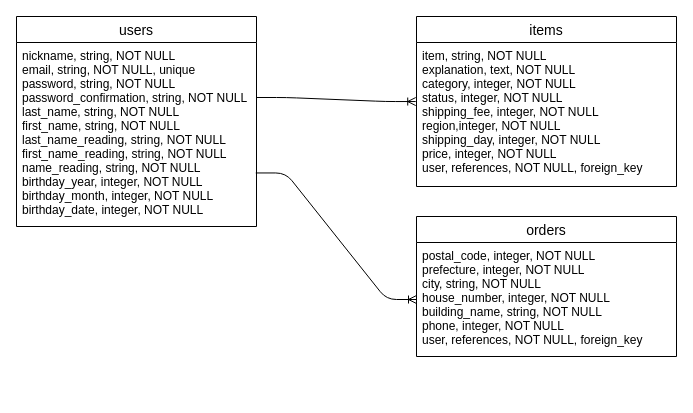
Above: furima.dio in Katy-May10/furima-41600 (draw.io), before the change. Source tidied: cells renumbered, new cells numbered last; positions are measured from the earlier drawing's top-left corner, leaving out a move shared by most shapes. Both pictures are drawn from the tidied source at 100%, with x=0, y=0 at pixel (16, 16).
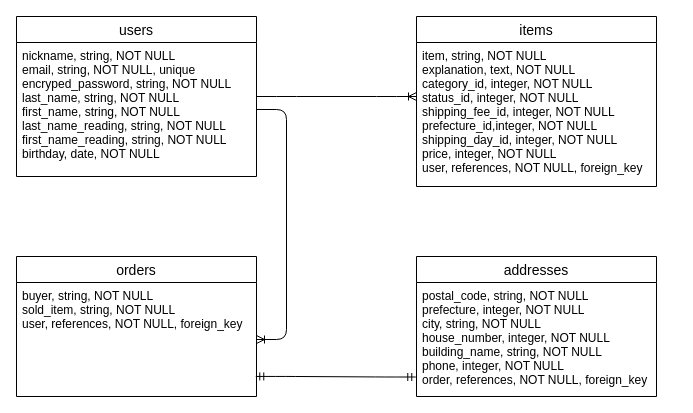
The same page after the edit.

Commit message (it also covers changes not shown here):
Issue3 修正①

The edit, as a diff of the source:
```diff
@@
 <mxGraphModel>
   <root>
     <mxCell id="0" />
     <mxCell id="1" parent="0" />
     <mxCell id="2" value="users" style="swimlane;fontStyle=0;horizontal=1;startSize=26;align=center;fontSize=14;" parent="1" vertex="1">
-      <mxGeometry width="240" height="210" as="geometry" />
+      <mxGeometry width="240" height="160" as="geometry" />
     </mxCell>
-    <mxCell id="3" value="nickname, string, NOT NULL&#10;email, string, NOT NULL, unique&#10;password, string, NOT NULL&#10;password_confirmation, string, NOT NULL&#10;last_name, string, NOT NULL&#10;first_name, string, NOT NULL&#10;last_name_reading, string, NOT NULL&#10;first_name_reading, string, NOT NULL&#10;name_reading, string, NOT NULL&#10;birthday_year, integer, NOT NULL&#10;birthday_month, integer, NOT NULL&#10;birthday_date, integer, NOT NULL" style="text;strokeColor=none;fillColor=none;spacingLeft=4;spacingRight=4;overflow=hidden;points=[[0,0.5],[1,0.5]];portConstraint=eastwest;fontSize=12;" parent="2" vertex="1">
-      <mxGeometry y="26" width="240" height="184" as="geometry" />
+    <mxCell id="3" value="nickname, string, NOT NULL&#10;email, string, NOT NULL, unique&#10;encryped_password, string, NOT NULL&#10;last_name, string, NOT NULL&#10;first_name, string, NOT NULL&#10;last_name_reading, string, NOT NULL&#10;first_name_reading, string, NOT NULL&#10;birthday, date, NOT NULL" style="text;strokeColor=none;fillColor=none;spacingLeft=4;spacingRight=4;overflow=hidden;points=[[0,0.5],[1,0.5]];portConstraint=eastwest;fontSize=12;" parent="2" vertex="1">
+      <mxGeometry y="26" width="240" height="134" as="geometry" />
     </mxCell>
     <mxCell id="4" value="items" style="swimlane;fontStyle=0;horizontal=1;startSize=26;align=center;fontSize=14;" parent="1" vertex="1">
-      <mxGeometry x="400" width="260" height="170" as="geometry" />
+      <mxGeometry x="400" width="240" height="170" as="geometry" />
     </mxCell>
-    <mxCell id="5" value="item, string, NOT NULL&#10;explanation, text, NOT NULL&#10;category, integer, NOT NULL&#10;status, integer, NOT NULL&#10;shipping_fee, integer, NOT NULL&#10;region,integer, NOT NULL&#10;shipping_day, integer, NOT NULL&#10;price, integer, NOT NULL&#10;user, references, NOT NULL, foreign_key" style="text;strokeColor=none;fillColor=none;spacingLeft=4;spacingRight=4;overflow=hidden;points=[[0,0.5],[1,0.5]];portConstraint=eastwest;fontSize=12;" parent="4" vertex="1">
-      <mxGeometry y="26" width="260" height="144" as="geometry" />
+    <mxCell id="5" value="item, string, NOT NULL&#10;explanation, text, NOT NULL&#10;category_id, integer, NOT NULL&#10;status_id, integer, NOT NULL&#10;shipping_fee_id, integer, NOT NULL&#10;prefecture_id,integer, NOT NULL&#10;shipping_day_id, integer, NOT NULL&#10;price, integer, NOT NULL&#10;user, references, NOT NULL, foreign_key" style="text;strokeColor=none;fillColor=none;spacingLeft=4;spacingRight=4;overflow=hidden;points=[[0,0.5],[1,0.5]];portConstraint=eastwest;fontSize=12;" parent="4" vertex="1">
+      <mxGeometry y="26" width="240" height="144" as="geometry" />
     </mxCell>
     <mxCell id="6" style="edgeStyle=none;html=1;entryX=0.486;entryY=1;entryDx=0;entryDy=0;entryPerimeter=0;" parent="4" edge="1" source="4" target="5">
       <mxGeometry relative="1" as="geometry" />
     </mxCell>
     <mxCell id="7" value="orders" style="swimlane;fontStyle=0;horizontal=1;startSize=26;align=center;fontSize=14;" parent="1" vertex="1">
-      <mxGeometry x="400" y="200" width="260" height="140" as="geometry" />
+      <mxGeometry y="240" width="240" height="140" as="geometry" />
     </mxCell>
-    <mxCell id="8" value="postal_code, integer, NOT NULL&#10;prefecture, integer, NOT NULL&#10;city, string, NOT NULL&#10;house_number, integer, NOT NULL&#10;building_name, string, NOT NULL&#10;phone, integer, NOT NULL&#10;user, references, NOT NULL, foreign_key" style="text;strokeColor=none;fillColor=none;spacingLeft=4;spacingRight=4;overflow=hidden;points=[[0,0.5],[1,0.5]];portConstraint=eastwest;fontSize=12;" parent="7" vertex="1">
-      <mxGeometry y="26" width="260" height="114" as="geometry" />
+    <mxCell id="8" value="buyer, string, NOT NULL&#10;sold_item, string, NOT NULL &#10;user, references, NOT NULL, foreign_key" style="text;strokeColor=none;fillColor=none;spacingLeft=4;spacingRight=4;overflow=hidden;points=[[0,0.5],[1,0.5]];portConstraint=eastwest;fontSize=12;" parent="7" vertex="1">
+      <mxGeometry y="26" width="240" height="114" as="geometry" />
     </mxCell>
-    <mxCell id="9" style="edgeStyle=entityRelationEdgeStyle;fontSize=12;html=1;endArrow=ERoneToMany;entryX=-0.003;entryY=0.41;entryDx=0;entryDy=0;entryPerimeter=0;" parent="1" edge="1" target="5">
+    <mxCell id="9" style="edgeStyle=entityRelationEdgeStyle;fontSize=12;html=1;endArrow=ERoneToMany;" parent="1" edge="1">
       <mxGeometry relative="1" as="geometry">
-        <mxPoint x="240" y="81" as="sourcePoint" />
+        <mxPoint x="240" y="80" as="sourcePoint" />
+        <mxPoint x="400" y="80" as="targetPoint" />
       </mxGeometry>
     </mxCell>
-    <mxCell id="10" style="edgeStyle=entityRelationEdgeStyle;fontSize=12;html=1;endArrow=ERoneToMany;entryX=0;entryY=0.5;entryDx=0;entryDy=0;exitX=0.997;exitY=0.709;exitDx=0;exitDy=0;exitPerimeter=0;" parent="1" edge="1" source="3" target="8">
+    <mxCell id="10" style="edgeStyle=entityRelationEdgeStyle;fontSize=12;html=1;endArrow=ERoneToMany;entryX=1;entryY=0.5;entryDx=0;entryDy=0;" parent="1" edge="1" source="3" target="8">
       <mxGeometry relative="1" as="geometry" />
     </mxCell>
+    <mxCell id="11" value="addresses" style="swimlane;fontStyle=0;horizontal=1;startSize=26;align=center;fontSize=14;" parent="1" vertex="1">
+      <mxGeometry x="400" y="240" width="240" height="140" as="geometry" />
+    </mxCell>
+    <mxCell id="12" value="postal_code, string, NOT NULL&#10;prefecture, integer, NOT NULL&#10;city, string, NOT NULL&#10;house_number, integer, NOT NULL&#10;building_name, string, NOT NULL&#10;phone, integer, NOT NULL&#10;order, references, NOT NULL, foreign_key" style="text;strokeColor=none;fillColor=none;spacingLeft=4;spacingRight=4;overflow=hidden;points=[[0,0.5],[1,0.5]];portConstraint=eastwest;fontSize=12;" parent="11" vertex="1">
+      <mxGeometry y="26" width="240" height="114" as="geometry" />
+    </mxCell>
+    <mxCell id="13" style="edgeStyle=entityRelationEdgeStyle;fontSize=12;html=1;endArrow=ERmandOne;startArrow=ERmandOne;entryX=-0.003;entryY=0.829;entryDx=0;entryDy=0;entryPerimeter=0;exitX=0.997;exitY=0.824;exitDx=0;exitDy=0;exitPerimeter=0;" parent="1" edge="1" source="8" target="12">
+      <mxGeometry relative="1" as="geometry" />
+    </mxCell>
   </root>
 </mxGraphModel>
```
